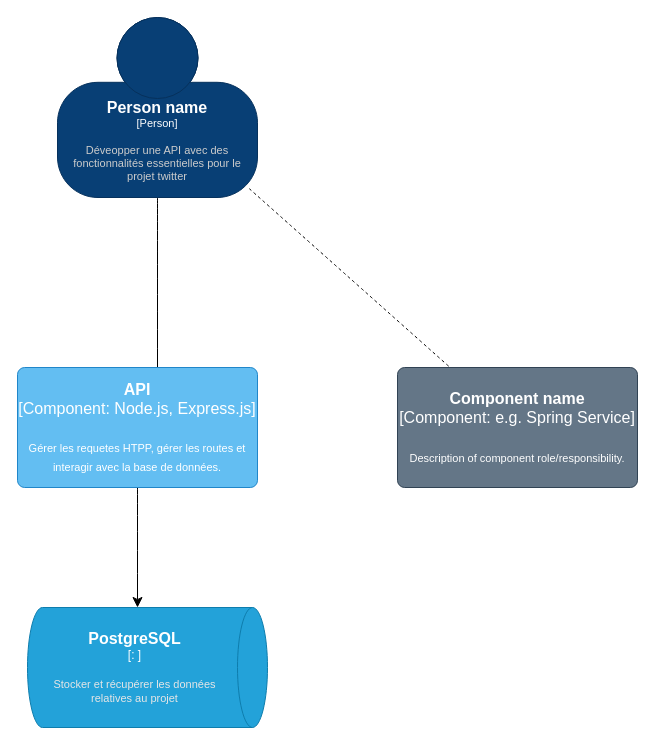
The draw.io diagram page "Contexte" (1 of 3) of twitter2.drawio in JeanMarieSamakila/twitterbackend, before the edit. Source tidied: cells renumbered, new cells numbered last; positions are measured from the earlier drawing's top-left corner, leaving out a move shared by most shapes. Both pictures are drawn from the tidied source at 100%, with x=0, y=0 at pixel (17, 17).
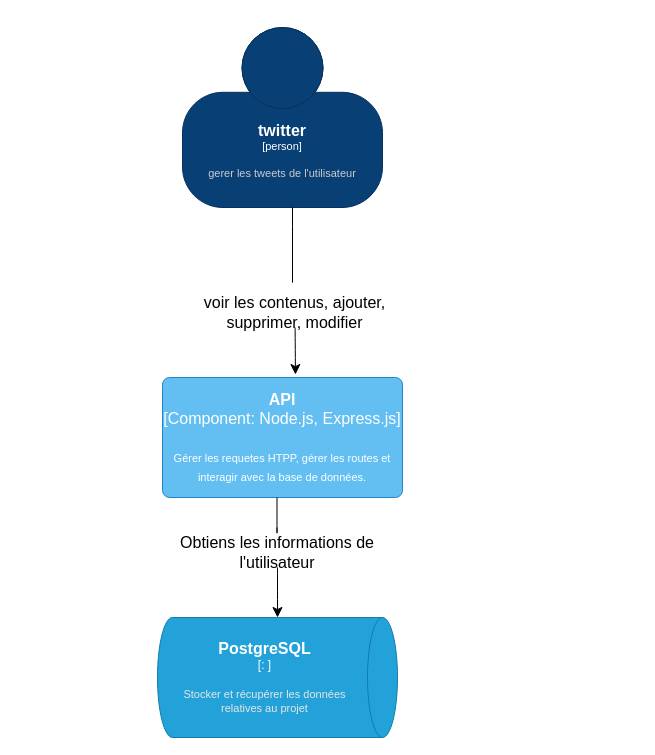
Above is the later version.

Change to the diagram source:
```diff
@@
 <mxGraphModel>
   <root>
     <mxCell id="0" />
     <mxCell id="1" parent="0" />
-    <mxCell id="2" style="edgeStyle=none;curved=1;rounded=0;jettySize=auto;html=1;fontSize=12;startSize=8;endSize=8;" parent="1" edge="1" source="3">
-      <mxGeometry relative="1" as="geometry">
-        <mxPoint x="140" y="360" as="targetPoint" />
-      </mxGeometry>
-    </mxCell>
-    <object id="3" label="&lt;font style=&quot;font-size: 16px&quot;&gt;&lt;b&gt;%c4Name%&lt;/b&gt;&lt;/font&gt;&lt;div&gt;[%c4Type%]&lt;/div&gt;&lt;br&gt;&lt;div&gt;&lt;font style=&quot;font-size: 11px&quot;&gt;&lt;font color=&quot;#cccccc&quot;&gt;%c4Description%&lt;/font&gt;&lt;/div&gt;" c4Description="Déveopper une API avec des fonctionnalités essentielles pour le projet twitter" c4Name="Person name" c4Type="Person" placeholders="1">
+    <object id="3" label="&lt;font style=&quot;font-size: 16px&quot;&gt;&lt;b&gt;%c4Name%&lt;/b&gt;&lt;/font&gt;&lt;div&gt;[%c4Type%]&lt;/div&gt;&lt;br&gt;&lt;div&gt;&lt;font style=&quot;font-size: 11px&quot;&gt;&lt;font color=&quot;#cccccc&quot;&gt;%c4Description%&lt;/font&gt;&lt;/div&gt;" c4Description="gerer les tweets de l'utilisateur" c4Name="twitter " c4Type="person" placeholders="1">
       <mxCell style="html=1;fontSize=11;dashed=0;whiteSpace=wrap;fillColor=#083F75;strokeColor=#06315C;fontColor=#ffffff;shape=mxgraph.c4.person2;align=center;points=[[0.5,0,0],[1,0.5,0],[1,0.75,0],[0.75,1,0],[0.5,1,0],[0.25,1,0],[0,0.75,0],[0,0.5,0]];" parent="1" vertex="1">
-        <mxGeometry x="40" width="200" height="180" as="geometry" />
+        <mxGeometry x="165" y="10" width="200" height="180" as="geometry" />
       </mxCell>
     </object>
-    <mxCell id="4" style="edgeStyle=none;curved=1;rounded=0;jettySize=auto;html=1;fontSize=12;startSize=8;endSize=8;" parent="1" edge="1" source="5">
-      <mxGeometry relative="1" as="geometry">
-        <mxPoint x="120" y="590" as="targetPoint" />
-      </mxGeometry>
-    </mxCell>
     <object id="5" label="&lt;font style=&quot;font-size: 16px&quot;&gt;&lt;b&gt;%c4Name%&lt;/b&gt;&lt;/font&gt;&lt;div&gt;[%c4Type%: %c4Technology%]&lt;/div&gt;&lt;br&gt;&lt;div&gt;&lt;font style=&quot;font-size: 11px&quot;&gt;%c4Description%&lt;/font&gt;&lt;/div&gt;" c4Description="Gérer les requetes HTPP, gérer les routes et interagir avec la base de données." c4Name="API" c4Technology="Node.js, Express.js" c4Type="Component" placeholders="1">
       <mxCell style="rounded=1;whiteSpace=wrap;html=1;labelBackgroundColor=none;fillColor=#63BEF2;fontColor=#ffffff;align=center;arcSize=6;strokeColor=#2086C9;points=[[0.25,0,0],[0.5,0,0],[0.75,0,0],[1,0.25,0],[1,0.5,0],[1,0.75,0],[0.75,1,0],[0.5,1,0],[0.25,1,0],[0,0.75,0],[0,0.5,0],[0,0.25,0]];fontSize=16;" parent="1" vertex="1">
-        <mxGeometry y="350" width="240" height="120" as="geometry" />
+        <mxGeometry x="145" y="360" width="240" height="120" as="geometry" />
       </mxCell>
     </object>
     <object id="6" label="&lt;font style=&quot;font-size: 16px&quot;&gt;&lt;b&gt;%c4Type%&lt;/b&gt;&lt;/font&gt;&lt;div&gt;[%c4Container%:&amp;nbsp;%c4Technology%]&lt;/div&gt;&lt;br&gt;&lt;div&gt;&lt;font style=&quot;font-size: 11px&quot;&gt;&lt;font color=&quot;#E6E6E6&quot;&gt;%c4Description%&lt;/font&gt;&lt;/div&gt;" c4Container="" c4Description="Stocker et récupérer les données relatives au projet " c4Technology="" c4Type="PostgreSQL" placeholders="1">
       <mxCell style="shape=cylinder3;size=15;direction=south;whiteSpace=wrap;html=1;boundedLbl=1;rounded=0;labelBackgroundColor=none;fillColor=#23A2D9;fontSize=12;fontColor=#ffffff;align=center;strokeColor=#0E7DAD;points=[[0.5,0,0],[1,0.25,0],[1,0.5,0],[1,0.75,0],[0.5,1,0],[0,0.75,0],[0,0.5,0],[0,0.25,0]];" parent="1" vertex="1">
-        <mxGeometry x="10" y="590" width="240" height="120" as="geometry" />
+        <mxGeometry x="140" y="600" width="240" height="120" as="geometry" />
       </mxCell>
     </object>
-    <object id="7" label="&lt;font style=&quot;font-size: 16px&quot;&gt;&lt;b&gt;%c4Name%&lt;/b&gt;&lt;/font&gt;&lt;div&gt;[%c4Type%: %c4Technology%]&lt;/div&gt;&lt;br&gt;&lt;div&gt;&lt;font style=&quot;font-size: 11px&quot;&gt;%c4Description%&lt;/font&gt;&lt;/div&gt;" c4Description="Description of component role/responsibility." c4Name="Component name" c4Technology="e.g. Spring Service" c4Type="Component" placeholders="1">
-      <mxCell style="rounded=1;whiteSpace=wrap;html=1;labelBackgroundColor=none;fillColor=#647687;fontColor=#ffffff;align=center;arcSize=6;strokeColor=#314354;points=[[0.25,0,0],[0.5,0,0],[0.75,0,0],[1,0.25,0],[1,0.5,0],[1,0.75,0],[0.75,1,0],[0.5,1,0],[0.25,1,0],[0,0.75,0],[0,0.5,0],[0,0.25,0]];fontSize=16;" parent="1" vertex="1">
-        <mxGeometry x="380" y="350" width="240" height="120" as="geometry" />
-      </mxCell>
-    </object>
-    <mxCell id="8" style="endArrow=none;dashed=1;html=1;rounded=0;fontSize=12;startSize=8;endSize=8;curved=1;exitX=0.959;exitY=0.951;exitDx=0;exitDy=0;exitPerimeter=0;" parent="1" edge="1" source="3" target="7">
-      <mxGeometry relative="1" as="geometry" />
-    </mxCell>
+    <mxCell id="9" style="edgeStyle=none;curved=1;rounded=0;jettySize=auto;html=1;fontSize=12;startSize=8;endSize=8;entryX=0.554;entryY=-0.025;entryDx=0;entryDy=0;entryPerimeter=0;" parent="1" edge="1" source="10" target="5">
+      <mxGeometry relative="1" as="geometry" />
+    </mxCell>
+    <mxCell id="10" value="voir les contenus, ajouter, supprimer, modifier" style="text;html=1;strokeColor=none;fillColor=none;align=center;verticalAlign=middle;whiteSpace=wrap;rounded=0;fontSize=16;" parent="1" vertex="1">
+      <mxGeometry x="180" y="280" width="195" height="30" as="geometry" />
+    </mxCell>
+    <mxCell id="11" style="edgeStyle=none;curved=1;rounded=0;jettySize=auto;html=1;fontSize=12;startSize=8;endSize=8;" parent="1" edge="1" source="12" target="6">
+      <mxGeometry relative="1" as="geometry" />
+    </mxCell>
+    <mxCell id="12" value="Obtiens les informations de l'utilisateur" style="text;html=1;strokeColor=none;fillColor=none;align=center;verticalAlign=middle;whiteSpace=wrap;rounded=0;fontSize=16;" parent="1" vertex="1">
+      <mxGeometry x="145" y="520" width="230" height="30" as="geometry" />
+    </mxCell>
+    <mxCell id="13" style="endArrow=none;html=1;rounded=0;fontSize=12;startSize=8;endSize=8;curved=1;" parent="1" edge="1">
+      <mxGeometry relative="1" as="geometry">
+        <mxPoint x="259.5" y="480" as="sourcePoint" />
+        <mxPoint x="259.5" y="510" as="targetPoint" />
+        <Array as="points">
+          <mxPoint x="259.5" y="530" />
+        </Array>
+      </mxGeometry>
+    </mxCell>
+    <mxCell id="14" style="endArrow=none;html=1;rounded=0;fontSize=12;startSize=8;endSize=8;curved=1;" parent="1" edge="1">
+      <mxGeometry relative="1" as="geometry">
+        <mxPoint x="275" y="190" as="sourcePoint" />
+        <mxPoint x="275" y="220" as="targetPoint" />
+        <Array as="points">
+          <mxPoint x="275" y="270" />
+          <mxPoint x="275" y="260" />
+          <mxPoint x="275" y="240" />
+        </Array>
+      </mxGeometry>
+    </mxCell>
   </root>
 </mxGraphModel>
```
